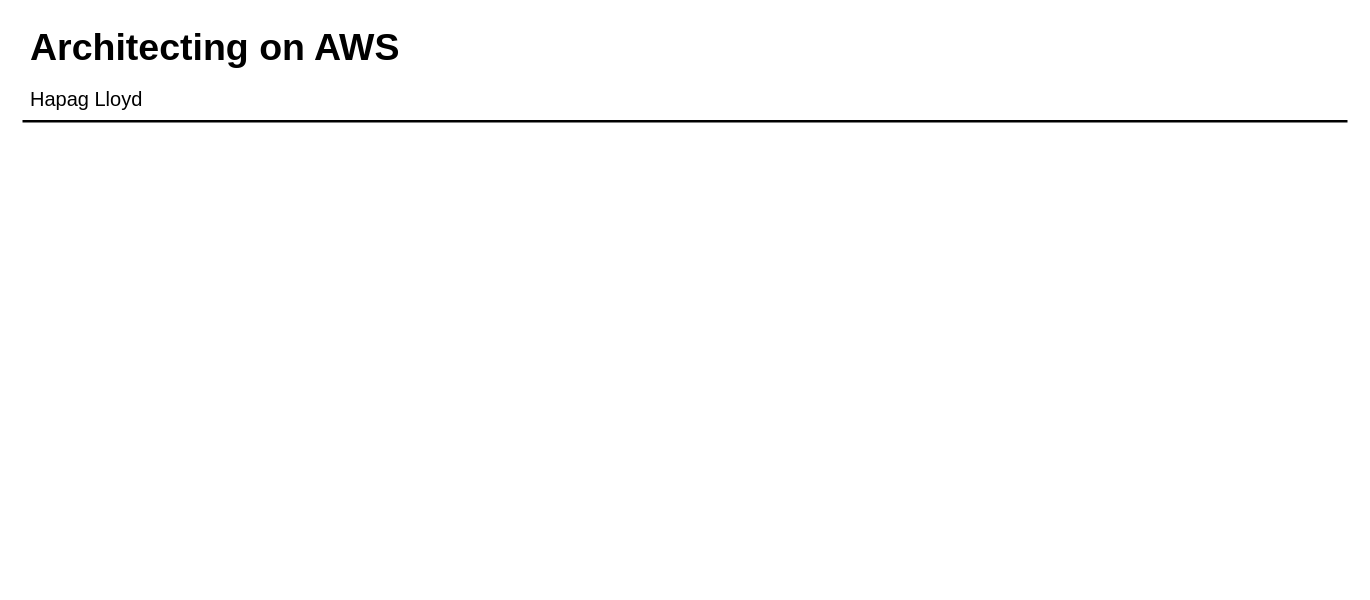
Above: page "Copy of Copy of Copy of Page-2" (5 of 8) of HapagLloyd.drawio in taupoali/awsdiagrams (draw.io), before the change. Source tidied: cells renumbered, new cells numbered last; positions are measured from the earlier drawing's top-left corner, leaving out a move shared by most shapes. Both pictures are drawn from the tidied source at 125%, with x=0, y=0 at pixel (21, 20).
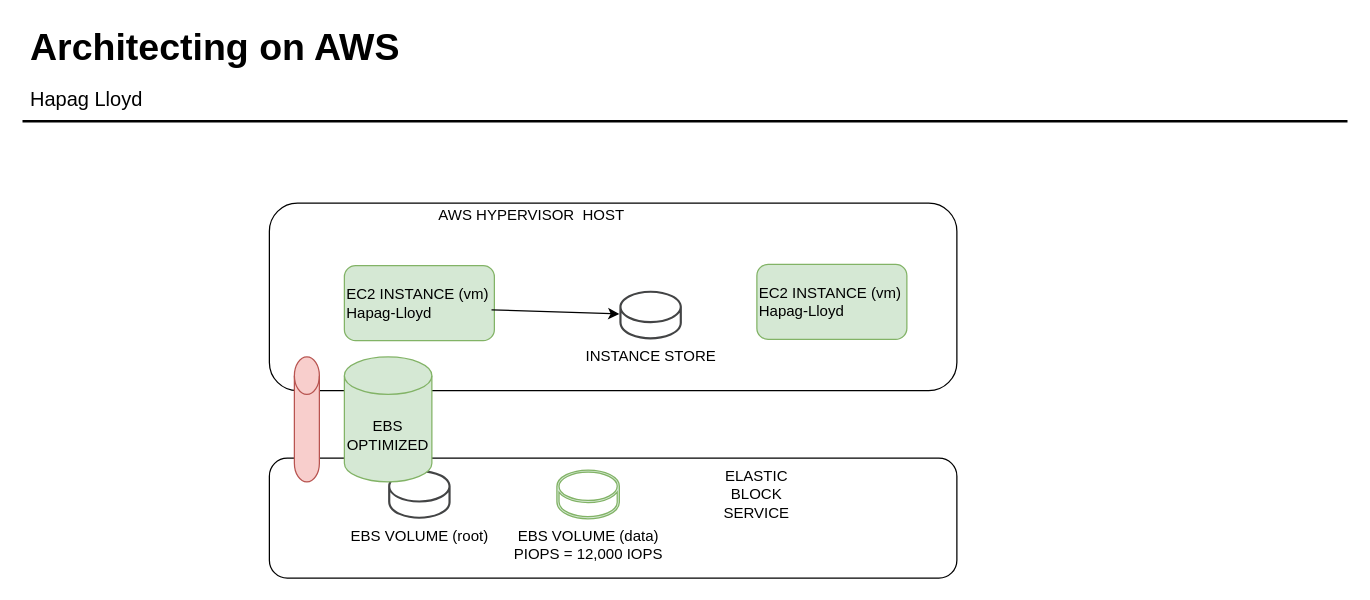
After the change.

Diff of the diagram source:
```diff
@@
 <mxGraphModel>
   <root>
     <mxCell id="0" />
     <mxCell id="1" parent="0" />
+    <mxCell id="5" style="rounded=1;whiteSpace=wrap;html=1;" parent="1" vertex="1">
+      <mxGeometry x="198" y="350" width="550" height="96" as="geometry" />
+    </mxCell>
+    <mxCell id="6" style="rounded=1;whiteSpace=wrap;html=1;align=left;" parent="1" vertex="1">
+      <mxGeometry x="198" y="146" width="550" height="150" as="geometry" />
+    </mxCell>
     <mxCell id="2" value="Architecting on AWS" style="text;html=1;align=left;verticalAlign=top;spacingTop=-4;fontSize=30;fontStyle=1;" parent="1" vertex="1">
       <mxGeometry x="4.5" y="0.5" width="310" height="40" as="geometry" />
     </mxCell>
     <mxCell id="3" value="Hapag Lloyd" style="text;html=1;align=left;verticalAlign=top;spacingTop=-4;fontSize=16;" parent="1" vertex="1">
       <mxGeometry x="4.5" y="50.5" width="110" height="20" as="geometry" />
     </mxCell>
     <mxCell id="4" style="line;strokeWidth=2;html=1;fontSize=14;" parent="1" vertex="1">
       <mxGeometry x="0.5" y="75.5" width="1060" height="10" as="geometry" />
     </mxCell>
+    <mxCell id="7" value="EC2 INSTANCE (vm)&lt;br&gt;Hapag-Lloyd" style="rounded=1;whiteSpace=wrap;html=1;align=left;fillColor=#d5e8d4;strokeColor=#82b366;" parent="1" vertex="1">
+      <mxGeometry x="258" y="196" width="120" height="60" as="geometry" />
+    </mxCell>
+    <mxCell id="8" value="EBS VOLUME (root)" style="shadow=0;dashed=0;html=1;strokeColor=none;fillColor=#434445;labelPosition=center;verticalLabelPosition=bottom;verticalAlign=top;align=center;shape=mxgraph.vvd.datastore;" parent="1" vertex="1">
+      <mxGeometry x="293" y="359.5" width="50" height="39" as="geometry" />
+    </mxCell>
+    <mxCell id="9" value="AWS HYPERVISOR&amp;nbsp; HOST" style="text;html=1;strokeColor=none;fillColor=none;align=center;verticalAlign=middle;whiteSpace=wrap;rounded=0;" parent="1" vertex="1">
+      <mxGeometry x="328" y="146" width="160" height="20" as="geometry" />
+    </mxCell>
+    <mxCell id="10" value="ELASTIC BLOCK SERVICE" style="text;html=1;strokeColor=none;fillColor=none;align=center;verticalAlign=middle;whiteSpace=wrap;rounded=0;" parent="1" vertex="1">
+      <mxGeometry x="568" y="369" width="40" height="20" as="geometry" />
+    </mxCell>
+    <mxCell id="11" value="EBS VOLUME (data)&lt;br&gt;PIOPS = 12,000 IOPS" style="shadow=0;dashed=0;html=1;strokeColor=#82b366;fillColor=#d5e8d4;labelPosition=center;verticalLabelPosition=bottom;verticalAlign=top;align=center;shape=mxgraph.vvd.datastore;" parent="1" vertex="1">
+      <mxGeometry x="428" y="359.5" width="50" height="39" as="geometry" />
+    </mxCell>
+    <mxCell id="12" value="INSTANCE STORE" style="shadow=0;dashed=0;html=1;strokeColor=none;fillColor=#434445;labelPosition=center;verticalLabelPosition=bottom;verticalAlign=top;align=center;outlineConnect=0;shape=mxgraph.vvd.datastore;" parent="1" vertex="1">
+      <mxGeometry x="478" y="216" width="50" height="39" as="geometry" />
+    </mxCell>
+    <mxCell id="13" style="endArrow=classic;html=1;exitX=0.981;exitY=0.589;exitDx=0;exitDy=0;exitPerimeter=0;" parent="1" edge="1" source="7" target="12">
+      <mxGeometry relative="1" as="geometry" />
+    </mxCell>
+    <mxCell id="14" style="shape=cylinder3;whiteSpace=wrap;html=1;boundedLbl=1;backgroundOutline=1;size=15;fillColor=#f8cecc;strokeColor=#b85450;" parent="1" vertex="1">
+      <mxGeometry x="218" y="269" width="20" height="100" as="geometry" />
+    </mxCell>
+    <mxCell id="15" value="EBS OPTIMIZED" style="shape=cylinder3;whiteSpace=wrap;html=1;boundedLbl=1;backgroundOutline=1;size=15;fillColor=#d5e8d4;strokeColor=#82b366;" parent="1" vertex="1">
+      <mxGeometry x="258" y="269" width="70" height="100" as="geometry" />
+    </mxCell>
+    <mxCell id="16" value="EC2 INSTANCE (vm)&lt;br&gt;Hapag-Lloyd" style="rounded=1;whiteSpace=wrap;html=1;align=left;fillColor=#d5e8d4;strokeColor=#82b366;" parent="1" vertex="1">
+      <mxGeometry x="588" y="195" width="120" height="60" as="geometry" />
+    </mxCell>
   </root>
 </mxGraphModel>
```
